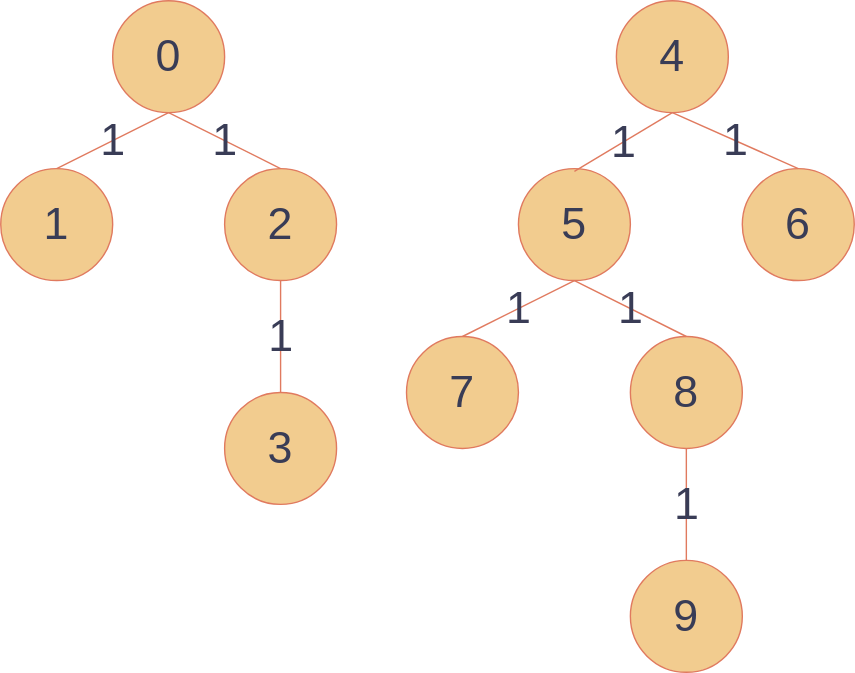
xirc/cp-algorithm keeps this draw.io diagram as lib/cpalgo/tree/tests/diameter_testcase2.drawio.svg. Above is the earlier version. Source tidied: cells renumbered, new cells last; positions are measured from the earlier drawing's top-left corner, leaving out a move shared by most shapes.
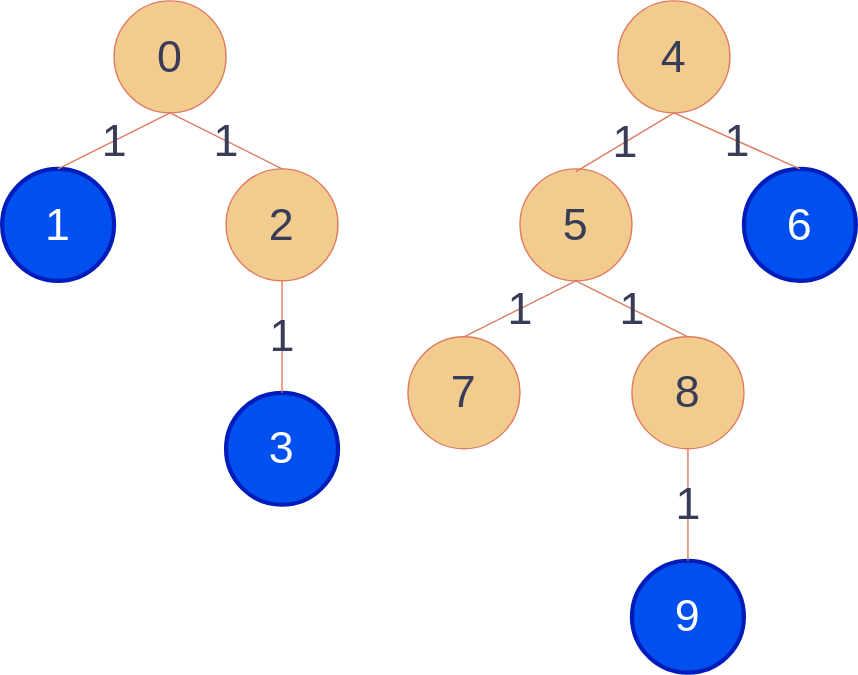
After the change.

Change to the diagram source:
```diff
@@ -5,7 +5,7 @@
     <mxCell id="2" value="0" style="ellipse;whiteSpace=wrap;html=1;fontSize=32;fillColor=#F2CC8F;strokeColor=#E07A5F;fontColor=#393C56;" parent="1" vertex="1">
       <mxGeometry x="80" width="80" height="80" as="geometry" />
     </mxCell>
-    <mxCell id="3" value="1" style="ellipse;whiteSpace=wrap;html=1;fontSize=32;fillColor=#F2CC8F;strokeColor=#E07A5F;fontColor=#393C56;" parent="1" vertex="1">
+    <mxCell id="3" value="1" style="ellipse;whiteSpace=wrap;html=1;fontSize=32;fillColor=#0050ef;strokeColor=#001DBC;fontColor=#ffffff;strokeWidth=3;" parent="1" vertex="1">
       <mxGeometry y="120" width="80" height="80" as="geometry" />
     </mxCell>
     <mxCell id="4" value="2" style="ellipse;whiteSpace=wrap;html=1;fontSize=32;fillColor=#F2CC8F;strokeColor=#E07A5F;fontColor=#393C56;" parent="1" vertex="1">
@@ -17,7 +17,7 @@
     <mxCell id="6" value="5" style="ellipse;whiteSpace=wrap;html=1;fontSize=32;fillColor=#F2CC8F;strokeColor=#E07A5F;fontColor=#393C56;" parent="1" vertex="1">
       <mxGeometry x="370" y="120" width="80" height="80" as="geometry" />
     </mxCell>
-    <mxCell id="7" value="6" style="ellipse;whiteSpace=wrap;html=1;fontSize=32;fillColor=#F2CC8F;strokeColor=#E07A5F;fontColor=#393C56;" parent="1" vertex="1">
+    <mxCell id="7" value="6" style="ellipse;whiteSpace=wrap;html=1;fontSize=32;fillColor=#0050ef;strokeColor=#001DBC;fontColor=#ffffff;strokeWidth=3;" parent="1" vertex="1">
       <mxGeometry x="530" y="120" width="80" height="80" as="geometry" />
     </mxCell>
     <mxCell id="8" value="7" style="ellipse;whiteSpace=wrap;html=1;fontSize=32;fillColor=#F2CC8F;strokeColor=#E07A5F;fontColor=#393C56;" parent="1" vertex="1">
@@ -26,7 +26,7 @@
     <mxCell id="9" value="8" style="ellipse;whiteSpace=wrap;html=1;fontSize=32;fillColor=#F2CC8F;strokeColor=#E07A5F;fontColor=#393C56;" parent="1" vertex="1">
       <mxGeometry x="450" y="240" width="80" height="80" as="geometry" />
     </mxCell>
-    <mxCell id="10" value="9" style="ellipse;whiteSpace=wrap;html=1;fontSize=32;fillColor=#F2CC8F;strokeColor=#E07A5F;fontColor=#393C56;" parent="1" vertex="1">
+    <mxCell id="10" value="9" style="ellipse;whiteSpace=wrap;html=1;fontSize=32;fillColor=#0050ef;strokeColor=#001DBC;fontColor=#ffffff;strokeWidth=3;" parent="1" vertex="1">
       <mxGeometry x="450" y="400" width="80" height="80" as="geometry" />
     </mxCell>
     <mxCell id="11" value="1" style="endArrow=none;html=1;fontSize=32;exitX=0.5;exitY=0;exitDx=0;exitDy=0;entryX=0.5;entryY=1;entryDx=0;entryDy=0;labelBackgroundColor=none;strokeColor=#E07A5F;fontColor=#393C56;" parent="1" edge="1" source="3" target="2">
@@ -35,7 +35,7 @@
     <mxCell id="12" value="1" style="endArrow=none;html=1;fontSize=32;exitX=0.5;exitY=0;exitDx=0;exitDy=0;entryX=0.5;entryY=1;entryDx=0;entryDy=0;labelBackgroundColor=none;strokeColor=#E07A5F;fontColor=#393C56;" parent="1" edge="1" source="4" target="2">
       <mxGeometry relative="1" as="geometry" />
     </mxCell>
-    <mxCell id="13" value="3" style="ellipse;whiteSpace=wrap;html=1;fontSize=32;fillColor=#F2CC8F;strokeColor=#E07A5F;fontColor=#393C56;" parent="1" vertex="1">
+    <mxCell id="13" value="3" style="ellipse;whiteSpace=wrap;html=1;fontSize=32;fillColor=#0050ef;strokeColor=#001DBC;fontColor=#ffffff;strokeWidth=3;" parent="1" vertex="1">
       <mxGeometry x="160" y="280" width="80" height="80" as="geometry" />
     </mxCell>
     <mxCell id="14" value="1" style="endArrow=none;html=1;fontSize=32;exitX=0.5;exitY=0;exitDx=0;exitDy=0;entryX=0.5;entryY=1;entryDx=0;entryDy=0;labelBackgroundColor=none;strokeColor=#E07A5F;fontColor=#393C56;" parent="1" edge="1" source="13" target="4">
```
